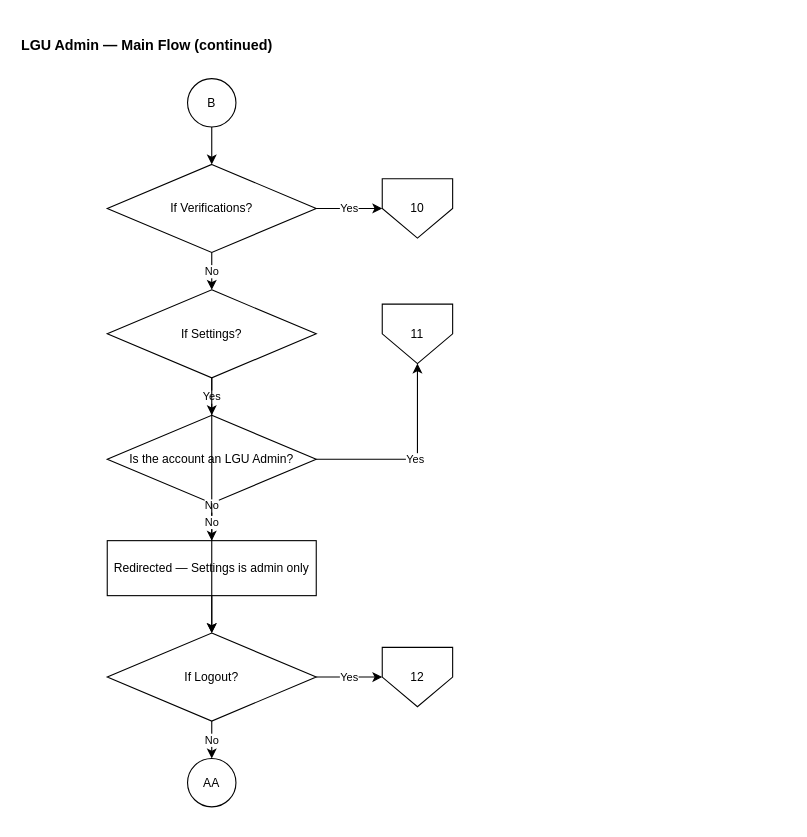
This is page "LGU Admin — Main Flow (continued)" (2 of 15) of Docs/Flowcharts/drawio/02-LGU-Admin.drawio from MellowLaw/AGAPP, a draw.io file, before an edit. Source tidied: cells renumbered, new cells numbered last; positions are measured from the earlier drawing's top-left corner, leaving out a move shared by most shapes. Both pictures are drawn from the tidied source at 110%, with x=0, y=0 at pixel (19, 30).
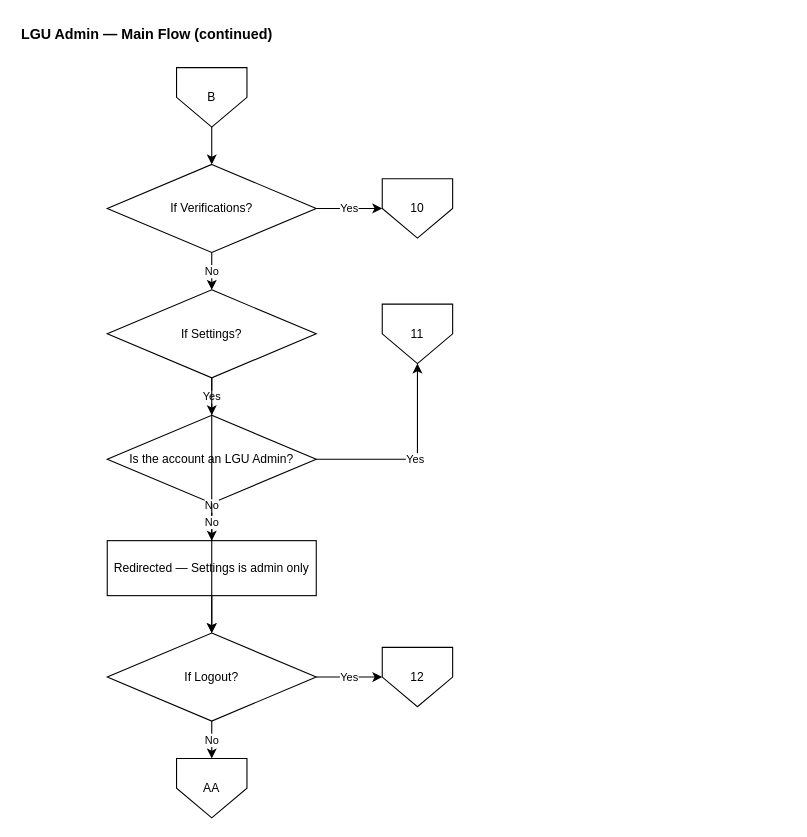
After the change.

Change to the diagram source:
```diff
@@
     <mxCell id="2" value="LGU Admin — Main Flow (continued)" style="text;html=1;align=left;verticalAlign=middle;strokeColor=none;fillColor=none;fontSize=13;fontStyle=1;fontColor=#000000;" parent="1" vertex="1">
-      <mxGeometry width="700" height="26" as="geometry" />
+      <mxGeometry y="-10" width="700" height="26" as="geometry" />
     </mxCell>
-    <mxCell id="3" value="B" style="ellipse;whiteSpace=wrap;html=1;fillColor=#FFFFFF;strokeColor=#000000;fontColor=#000000;fontSize=11;" parent="1" vertex="1">
-      <mxGeometry x="153" y="44" width="44" height="44" as="geometry" />
+    <mxCell id="3" value="B" style="shape=offPageConnector;whiteSpace=wrap;html=1;size=0.5;fillColor=#FFFFFF;strokeColor=#000000;fontColor=#000000;fontSize=11;" parent="1" vertex="1">
+      <mxGeometry x="143" y="34" width="64" height="54" as="geometry" />
     </mxCell>
@@
-    <mxCell id="12" value="AA" style="ellipse;whiteSpace=wrap;html=1;fillColor=#FFFFFF;strokeColor=#000000;fontColor=#000000;fontSize=11;" parent="1" vertex="1">
-      <mxGeometry x="153" y="662" width="44" height="44" as="geometry" />
+    <mxCell id="12" value="AA" style="shape=offPageConnector;whiteSpace=wrap;html=1;size=0.5;fillColor=#FFFFFF;strokeColor=#000000;fontColor=#000000;fontSize=11;" parent="1" vertex="1">
+      <mxGeometry x="143" y="662" width="64" height="54" as="geometry" />
     </mxCell>
```
